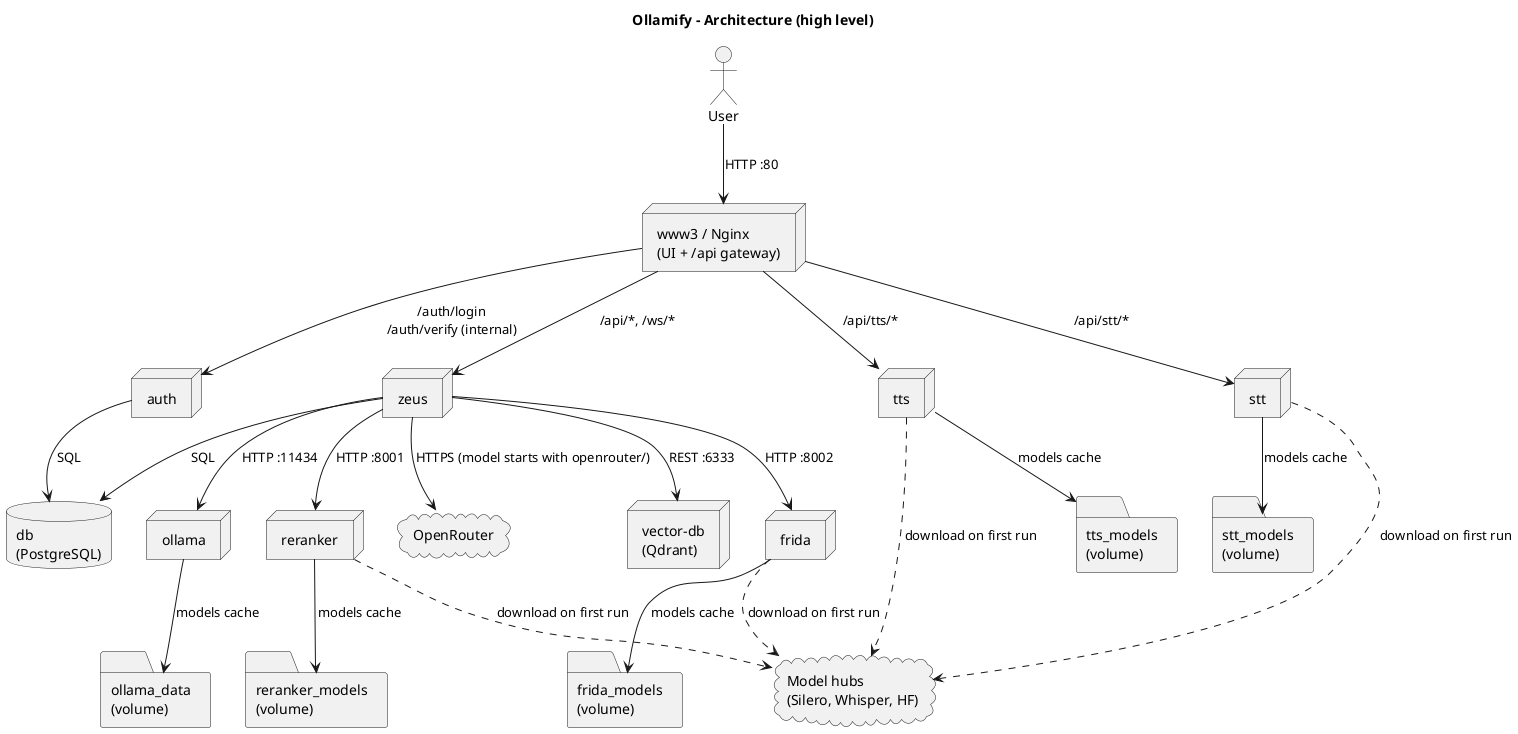
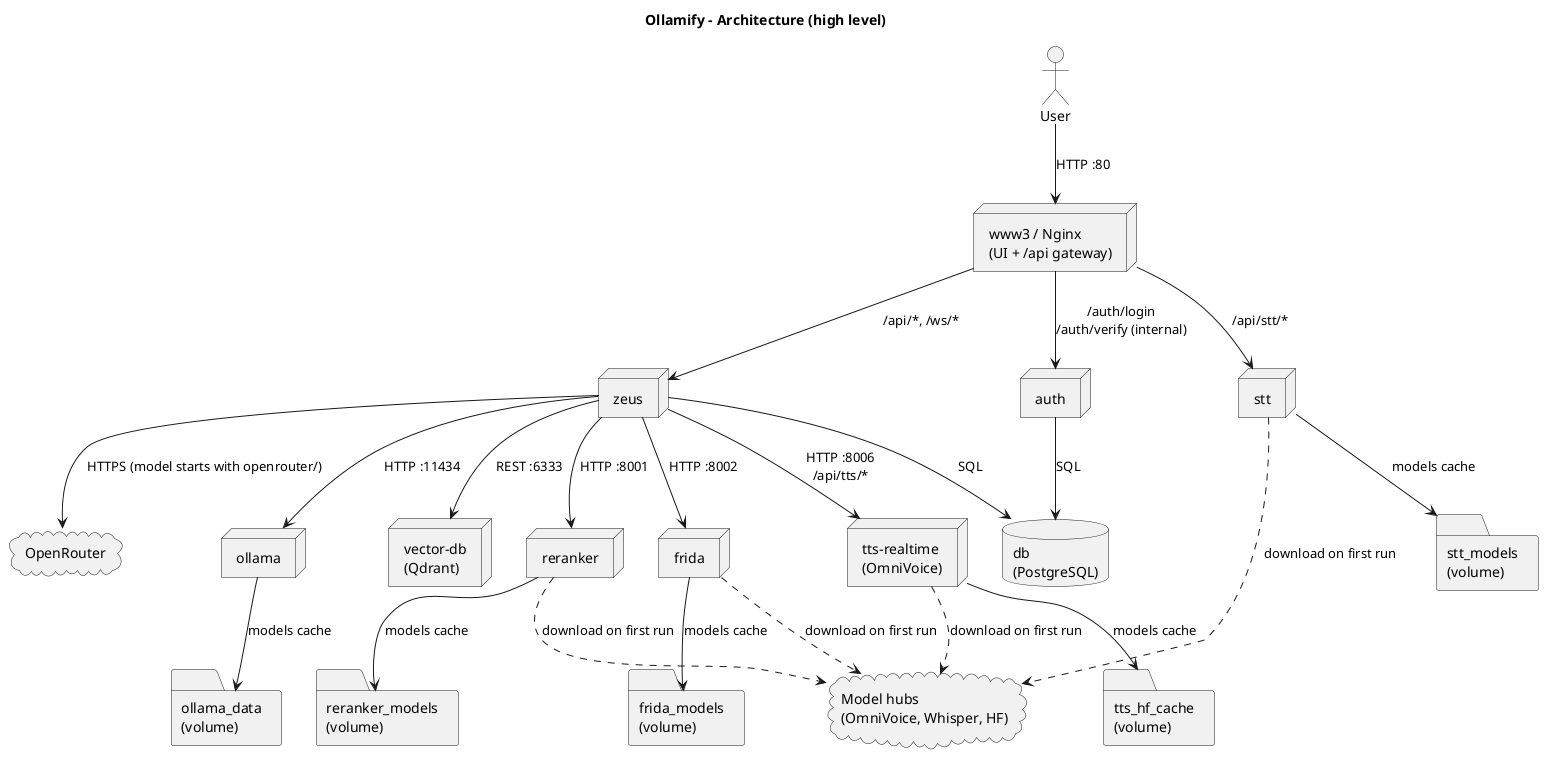
@startuml
title Ollamify - Architecture (high level)

actor User as user

node "www3 / Nginx\n(UI + /api gateway)" as nginx
node "auth" as auth
node "zeus" as zeus
node "ollama" as ollama
node "vector-db\n(Qdrant)" as qdrant
database "db\n(PostgreSQL)" as pg
- node "tts" as tts
+ node "tts-realtime\n(OmniVoice)" as tts
node "stt" as stt
node "reranker" as reranker
node "frida" as frida
cloud "OpenRouter" as openrouter
- cloud "Model hubs\n(Silero, Whisper, HF)" as modelhub
+ cloud "Model hubs\n(OmniVoice, Whisper, HF)" as modelhub

folder "ollama_data\n(volume)" as ollama_data
- folder "tts_models\n(volume)" as tts_models
+ folder "tts_hf_cache\n(volume)" as tts_models
folder "stt_models\n(volume)" as stt_models
folder "reranker_models\n(volume)" as reranker_models
folder "frida_models\n(volume)" as frida_models

user --> nginx : HTTP :80

nginx --> auth : /auth/login\n/auth/verify (internal)
nginx --> zeus : /api/*, /ws/*
- nginx --> tts : /api/tts/*
+ zeus --> tts : HTTP :8006\n/api/tts/*
nginx --> stt : /api/stt/*

auth --> pg : SQL
zeus --> pg : SQL
zeus --> qdrant : REST :6333
zeus --> ollama : HTTP :11434
zeus --> reranker : HTTP :8001
zeus --> frida : HTTP :8002
zeus --> openrouter : HTTPS (model starts with openrouter/)

ollama --> ollama_data : models cache
tts --> tts_models : models cache
stt --> stt_models : models cache
reranker --> reranker_models : models cache
frida --> frida_models : models cache

tts ..> modelhub : download on first run
stt ..> modelhub : download on first run
reranker ..> modelhub : download on first run
frida ..> modelhub : download on first run

@enduml

